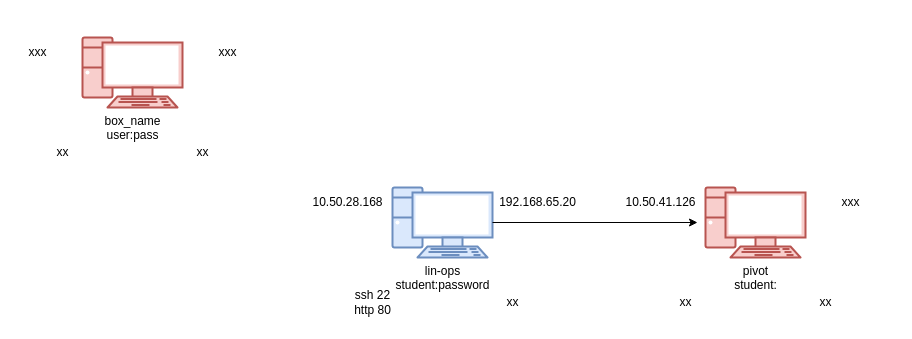
The draw.io diagram CCTC/SEC/Untitled Diagram.drawio in wifi96h/new, before the edit. Source tidied: cells renumbered, new cells numbered last; positions are measured from the earlier drawing's top-left corner, leaving out a move shared by most shapes. Both pictures are drawn from the tidied source at 100%, with x=0, y=0 at pixel (17, 17).
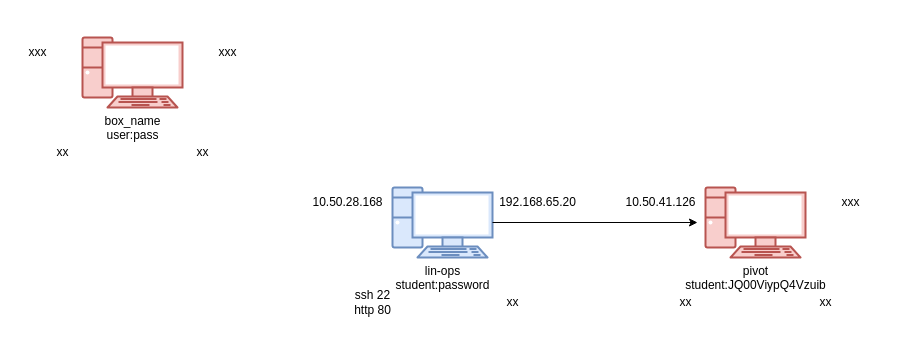
Above is the later version.

Unchanged cells that the change refers to:
```xml
<mxCell id="17" style="group;" parent="16" vertex="1">
  <mxGeometry y="20" width="225" height="130" as="geometry" />
</mxCell>
```

Change to the diagram source:
```diff
@@
-    <mxCell id="18" value="&lt;div&gt;pivot&lt;/div&gt;&lt;div&gt;student:&lt;/div&gt;" style="verticalAlign=top;verticalLabelPosition=bottom;labelPosition=center;align=center;html=1;fillColor=#f8cecc;strokeColor=#b85450;gradientDirection=north;strokeWidth=2;shape=mxgraph.networks.pc;" parent="17" vertex="1">
+    <mxCell id="18" value="&lt;div&gt;pivot&lt;/div&gt;&lt;div&gt;student:JQ00ViypQ4Vzuib&lt;/div&gt;" style="verticalAlign=top;verticalLabelPosition=bottom;labelPosition=center;align=center;html=1;fillColor=#f8cecc;strokeColor=#b85450;gradientDirection=north;strokeWidth=2;shape=mxgraph.networks.pc;" parent="17" vertex="1">
       <mxGeometry x="35" width="100" height="70" as="geometry" />
     </mxCell>
```
